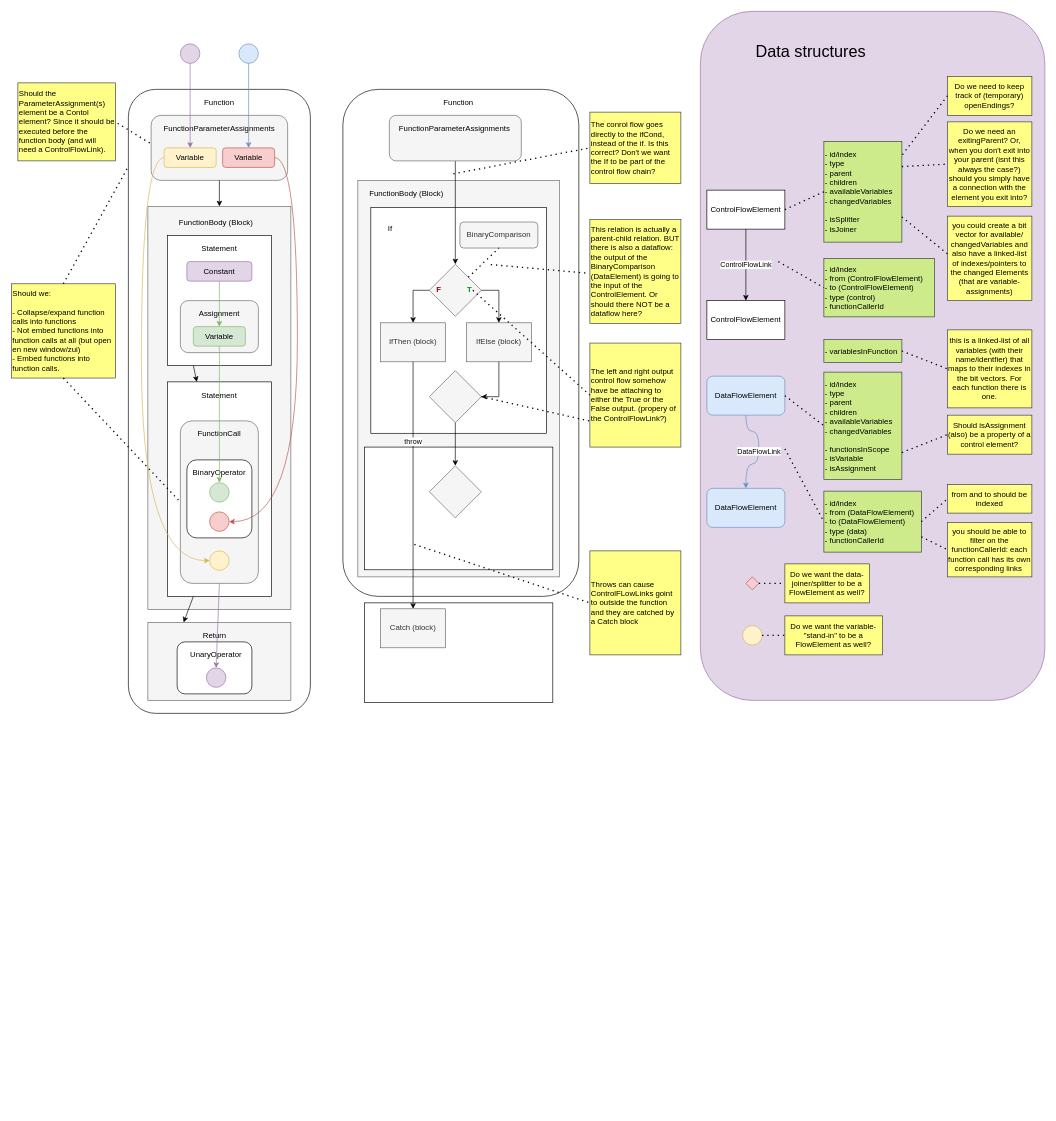
The draw.io diagram doc/flowify_algoritm_and_data_structures.drawio in visual-trials/flowify, before the edit. Source tidied: cells renumbered, new cells numbered last; positions are measured from the earlier drawing's top-left corner, leaving out a move shared by most shapes. Both pictures are drawn from the tidied source at 65%, with x=0, y=0 at pixel (11, 11).
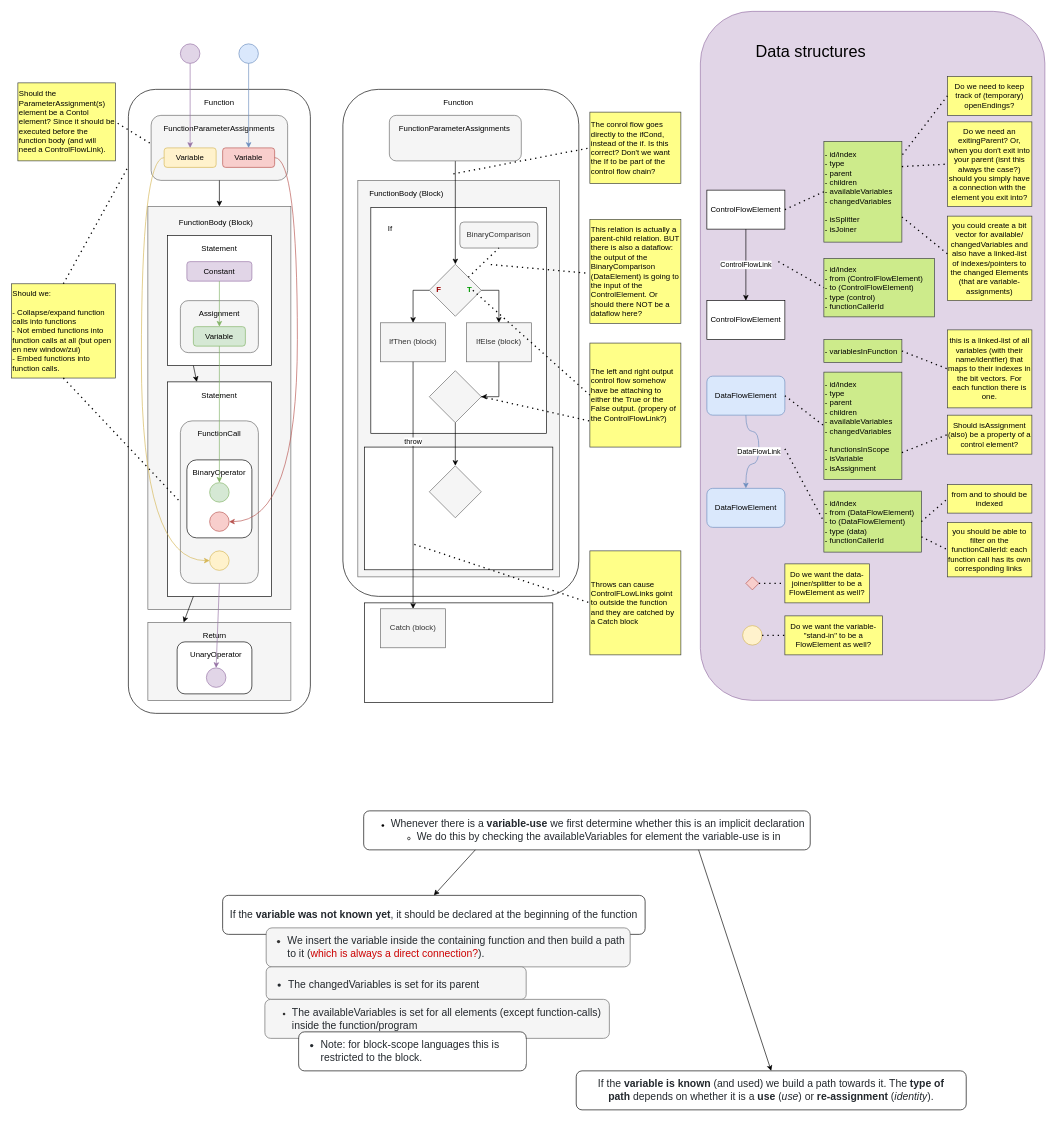
Above is the later version.

Commit message:
added beginning of algo description as a graph

Change to the diagram source:
```diff
@@
+    <mxCell id="120" value="&lt;ul&gt;&lt;li&gt;&lt;span style=&quot;color: rgb(36 , 41 , 46) ; font-size: 16px ; background-color: rgb(255 , 255 , 255)&quot;&gt;Whenever there is a&amp;nbsp;&lt;/span&gt;&lt;span style=&quot;box-sizing: border-box ; font-weight: 600 ; color: rgb(36 , 41 , 46) ; font-size: 16px ; background-color: rgb(255 , 255 , 255)&quot;&gt;variable-use&lt;/span&gt;&lt;span style=&quot;color: rgb(36 , 41 , 46) ; font-size: 16px ; background-color: rgb(255 , 255 , 255)&quot;&gt;&amp;nbsp;we first determine whether this is an implicit declaration&lt;br&gt;&lt;/span&gt;&lt;/li&gt;&lt;ul&gt;&lt;li&gt;&lt;span style=&quot;background-color: rgb(255 , 255 , 255) ; color: rgb(36 , 41 , 46) ; font-size: 16px&quot;&gt;We do this by checking the availableVariables&amp;nbsp;for element the variable-use is in&lt;/span&gt;&lt;/li&gt;&lt;/ul&gt;&lt;/ul&gt;" style="rounded=1;whiteSpace=wrap;html=1;align=left;" parent="1" vertex="1">
+      <mxGeometry x="542" y="1230" width="687" height="60" as="geometry" />
+    </mxCell>
+    <mxCell id="121" value="&lt;span style=&quot;color: rgb(36 , 41 , 46) ; font-family: , &amp;quot;blinkmacsystemfont&amp;quot; , &amp;quot;segoe ui&amp;quot; , &amp;quot;helvetica&amp;quot; , &amp;quot;arial&amp;quot; , sans-serif , &amp;quot;apple color emoji&amp;quot; , &amp;quot;segoe ui emoji&amp;quot; ; font-size: 16px ; background-color: rgb(255 , 255 , 255)&quot;&gt;If the&amp;nbsp;&lt;/span&gt;&lt;span style=&quot;box-sizing: border-box ; font-weight: 600 ; color: rgb(36 , 41 , 46) ; font-family: , &amp;quot;blinkmacsystemfont&amp;quot; , &amp;quot;segoe ui&amp;quot; , &amp;quot;helvetica&amp;quot; , &amp;quot;arial&amp;quot; , sans-serif , &amp;quot;apple color emoji&amp;quot; , &amp;quot;segoe ui emoji&amp;quot; ; font-size: 16px ; background-color: rgb(255 , 255 , 255)&quot;&gt;variable was not known yet&lt;/span&gt;&lt;span style=&quot;color: rgb(36 , 41 , 46) ; font-family: , &amp;quot;blinkmacsystemfont&amp;quot; , &amp;quot;segoe ui&amp;quot; , &amp;quot;helvetica&amp;quot; , &amp;quot;arial&amp;quot; , sans-serif , &amp;quot;apple color emoji&amp;quot; , &amp;quot;segoe ui emoji&amp;quot; ; font-size: 16px ; background-color: rgb(255 , 255 , 255)&quot;&gt;, it should be declared at the beginning of the function&lt;/span&gt;" style="rounded=1;whiteSpace=wrap;html=1;align=center;" parent="1" vertex="1">
+      <mxGeometry x="325" y="1360" width="650" height="60" as="geometry" />
+    </mxCell>
+    <mxCell id="122" value="&lt;span style=&quot;background-color: rgb(255 , 255 , 255) ; color: rgb(36 , 41 , 46) ; font-size: 16px&quot;&gt;If the&amp;nbsp;&lt;/span&gt;&lt;span style=&quot;background-color: rgb(255 , 255 , 255) ; color: rgb(36 , 41 , 46) ; font-size: 16px ; box-sizing: border-box ; font-weight: 600&quot;&gt;variable is known&lt;/span&gt;&lt;span style=&quot;background-color: rgb(255 , 255 , 255) ; color: rgb(36 , 41 , 46) ; font-size: 16px&quot;&gt;&amp;nbsp;(and used) we build a path towards it. The&amp;nbsp;&lt;/span&gt;&lt;span style=&quot;background-color: rgb(255 , 255 , 255) ; color: rgb(36 , 41 , 46) ; font-size: 16px ; box-sizing: border-box ; font-weight: 600&quot;&gt;type of path&lt;/span&gt;&lt;span style=&quot;background-color: rgb(255 , 255 , 255) ; color: rgb(36 , 41 , 46) ; font-size: 16px&quot;&gt;&amp;nbsp;depends on whether it is a&amp;nbsp;&lt;/span&gt;&lt;span style=&quot;background-color: rgb(255 , 255 , 255) ; color: rgb(36 , 41 , 46) ; font-size: 16px ; box-sizing: border-box ; font-weight: 600&quot;&gt;use&lt;/span&gt;&lt;span style=&quot;background-color: rgb(255 , 255 , 255) ; color: rgb(36 , 41 , 46) ; font-size: 16px&quot;&gt;&amp;nbsp;(&lt;/span&gt;&lt;em style=&quot;background-color: rgb(255 , 255 , 255) ; color: rgb(36 , 41 , 46) ; font-size: 16px ; box-sizing: border-box&quot;&gt;use&lt;/em&gt;&lt;span style=&quot;background-color: rgb(255 , 255 , 255) ; color: rgb(36 , 41 , 46) ; font-size: 16px&quot;&gt;) or&amp;nbsp;&lt;/span&gt;&lt;span style=&quot;background-color: rgb(255 , 255 , 255) ; color: rgb(36 , 41 , 46) ; font-size: 16px ; box-sizing: border-box ; font-weight: 600&quot;&gt;re-assignment&lt;/span&gt;&lt;span style=&quot;background-color: rgb(255 , 255 , 255) ; color: rgb(36 , 41 , 46) ; font-size: 16px&quot;&gt;&amp;nbsp;(&lt;/span&gt;&lt;em style=&quot;background-color: rgb(255 , 255 , 255) ; color: rgb(36 , 41 , 46) ; font-size: 16px ; box-sizing: border-box&quot;&gt;identity&lt;/em&gt;&lt;span style=&quot;background-color: rgb(255 , 255 , 255) ; color: rgb(36 , 41 , 46) ; font-size: 16px&quot;&gt;).&lt;/span&gt;" style="rounded=1;whiteSpace=wrap;html=1;align=center;" parent="1" vertex="1">
+      <mxGeometry x="869" y="1630" width="600" height="60" as="geometry" />
+    </mxCell>
+    <mxCell id="123" value="&lt;ul style=&quot;box-sizing: border-box; padding-left: 2em; margin-top: 0px; margin-bottom: 0px; font-size: 16px; text-align: left;&quot;&gt;&lt;li style=&quot;box-sizing: border-box&quot;&gt;&lt;font color=&quot;#24292e&quot;&gt;We insert the variable inside the containing function and then build a path to it (&lt;/font&gt;&lt;font color=&quot;#cc0000&quot;&gt;which is always a direct connection?&lt;/font&gt;&lt;font color=&quot;#24292e&quot;&gt;).&lt;/font&gt;&lt;/li&gt;&lt;/ul&gt;" style="rounded=1;whiteSpace=wrap;html=1;align=center;fillColor=#f5f5f5;strokeColor=#666666;fontColor=#333333;labelBackgroundColor=none;" parent="1" vertex="1">
+      <mxGeometry x="392" y="1410" width="560" height="60" as="geometry" />
+    </mxCell>
+    <mxCell id="124" value="&lt;ul style=&quot;box-sizing: border-box ; padding-left: 2em ; margin-top: 0px ; margin-bottom: 0px ; color: rgb(36 , 41 , 46) ; font-size: 16px&quot;&gt;&lt;li style=&quot;box-sizing: border-box ; margin-top: 0.25em&quot;&gt;The changedVariables is set for its parent&lt;/li&gt;&lt;/ul&gt;" style="rounded=1;whiteSpace=wrap;html=1;labelBackgroundColor=none;align=left;fillColor=#f5f5f5;strokeColor=#666666;fontColor=#333333;" parent="1" vertex="1">
+      <mxGeometry x="392" y="1470" width="400" height="50" as="geometry" />
+    </mxCell>
+    <mxCell id="125" value="&lt;ul&gt;&lt;li&gt;&lt;span style=&quot;color: rgb(36 , 41 , 46) ; font-size: 16px&quot;&gt;The availableVariables&amp;nbsp;is set for all elements (except function-calls) inside the function/program&lt;/span&gt;&lt;/li&gt;&lt;/ul&gt;" style="rounded=1;whiteSpace=wrap;html=1;labelBackgroundColor=none;align=left;fillColor=#f5f5f5;strokeColor=#666666;fontColor=#333333;" parent="1" vertex="1">
+      <mxGeometry x="390" y="1520" width="530" height="60" as="geometry" />
+    </mxCell>
+    <mxCell id="126" value="&lt;ul style=&quot;box-sizing: border-box ; padding-left: 2em ; margin-top: 0px ; margin-bottom: 0px ; color: rgb(36 , 41 , 46) ; font-family: , &amp;#34;blinkmacsystemfont&amp;#34; , &amp;#34;segoe ui&amp;#34; , &amp;#34;helvetica&amp;#34; , &amp;#34;arial&amp;#34; , sans-serif , &amp;#34;apple color emoji&amp;#34; , &amp;#34;segoe ui emoji&amp;#34; ; font-size: 16px ; background-color: rgb(255 , 255 , 255)&quot;&gt;&lt;li style=&quot;box-sizing: border-box&quot;&gt;Note: for block-scope languages this is restricted to the block.&lt;/li&gt;&lt;/ul&gt;" style="rounded=1;whiteSpace=wrap;html=1;labelBackgroundColor=none;align=left;" parent="1" vertex="1">
+      <mxGeometry x="442" y="1570" width="350" height="60" as="geometry" />
+    </mxCell>
+    <mxCell id="127" style="endArrow=classic;html=1;exitX=0.25;exitY=1;exitDx=0;exitDy=0;entryX=0.5;entryY=0;entryDx=0;entryDy=0;" parent="1" edge="1" source="120" target="121">
+      <mxGeometry relative="1" as="geometry" />
+    </mxCell>
+    <mxCell id="128" style="endArrow=classic;html=1;exitX=0.75;exitY=1;exitDx=0;exitDy=0;entryX=0.5;entryY=0;entryDx=0;entryDy=0;" parent="1" edge="1" source="120" target="122">
+      <mxGeometry relative="1" as="geometry" />
+    </mxCell>
```
